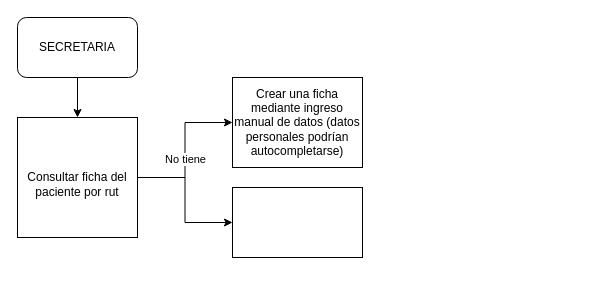
C-bastian-compila/diagrams.net keeps this draw.io diagram as IDEA1.drawio. Above is the earlier version. Source tidied: cells renumbered, new cells numbered last; positions are measured from the earlier drawing's top-left corner, leaving out a move shared by most shapes. Both pictures are drawn from the tidied source at 100%, with x=0, y=0 at pixel (17, 17).
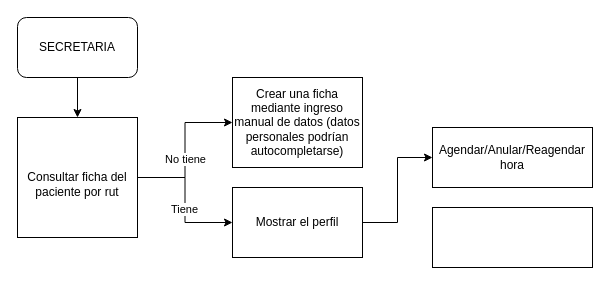
After the change.

The edit, as a diff of the source:
```diff
@@
 <mxGraphModel>
   <root>
     <mxCell id="0" />
     <mxCell id="1" parent="0" />
     <mxCell id="2" style="edgeStyle=orthogonalEdgeStyle;rounded=0;jettySize=auto;html=1;" parent="1" edge="1" source="3" target="7">
       <mxGeometry relative="1" as="geometry" />
     </mxCell>
     <mxCell id="3" value="SECRETARIA" style="rounded=1;whiteSpace=wrap;html=1;" parent="1" vertex="1">
       <mxGeometry width="120" height="60" as="geometry" />
     </mxCell>
     <mxCell id="4" style="edgeStyle=orthogonalEdgeStyle;rounded=0;jettySize=auto;html=1;entryX=0;entryY=0.5;entryDx=0;entryDy=0;" parent="1" edge="1" source="7" target="9">
       <mxGeometry relative="1" as="geometry" />
     </mxCell>
     <mxCell id="5" value="No tiene" style="edgeLabel;html=1;align=center;verticalAlign=middle;" parent="4" vertex="1">
       <mxGeometry x="-0.12" relative="1" as="geometry" />
     </mxCell>
     <mxCell id="6" style="edgeStyle=orthogonalEdgeStyle;rounded=0;jettySize=auto;html=1;entryX=0;entryY=0.5;entryDx=0;entryDy=0;" parent="1" edge="1" source="7" target="8">
       <mxGeometry relative="1" as="geometry" />
     </mxCell>
+    <mxCell id="10" value="Tiene" style="edgeLabel;html=1;align=center;verticalAlign=middle;" parent="6" vertex="1">
+      <mxGeometry x="0.13" y="-1" relative="1" as="geometry" />
+    </mxCell>
     <mxCell id="7" value="&lt;br&gt;&lt;br&gt;Consultar ficha del paciente por rut&lt;br&gt;&amp;nbsp;" style="whiteSpace=wrap;html=1;" parent="1" vertex="1">
       <mxGeometry y="100" width="120" height="120" as="geometry" />
     </mxCell>
+    <mxCell id="11" style="edgeStyle=orthogonalEdgeStyle;rounded=0;jettySize=auto;html=1;entryX=0;entryY=0.5;entryDx=0;entryDy=0;" parent="1" edge="1" source="8" target="12">
+      <mxGeometry relative="1" as="geometry" />
+    </mxCell>
-    <mxCell id="8" style="rounded=0;whiteSpace=wrap;html=1;" parent="1" vertex="1">
+    <mxCell id="8" value="Mostrar el perfil" style="rounded=0;whiteSpace=wrap;html=1;" parent="1" vertex="1">
       <mxGeometry x="215" y="170" width="130" height="70" as="geometry" />
     </mxCell>
     <mxCell id="9" value="Crear una ficha mediante ingreso manual de datos (datos personales podrían autocompletarse)" style="rounded=0;whiteSpace=wrap;html=1;" parent="1" vertex="1">
       <mxGeometry x="215" y="60" width="130" height="90" as="geometry" />
     </mxCell>
+    <mxCell id="12" value="Agendar/Anular/Reagendar hora" style="rounded=0;whiteSpace=wrap;html=1;" parent="1" vertex="1">
+      <mxGeometry x="415" y="110" width="160" height="60" as="geometry" />
+    </mxCell>
+    <mxCell id="13" style="rounded=0;whiteSpace=wrap;html=1;" parent="1" vertex="1">
+      <mxGeometry x="415" y="190" width="160" height="60" as="geometry" />
+    </mxCell>
   </root>
 </mxGraphModel>
```
